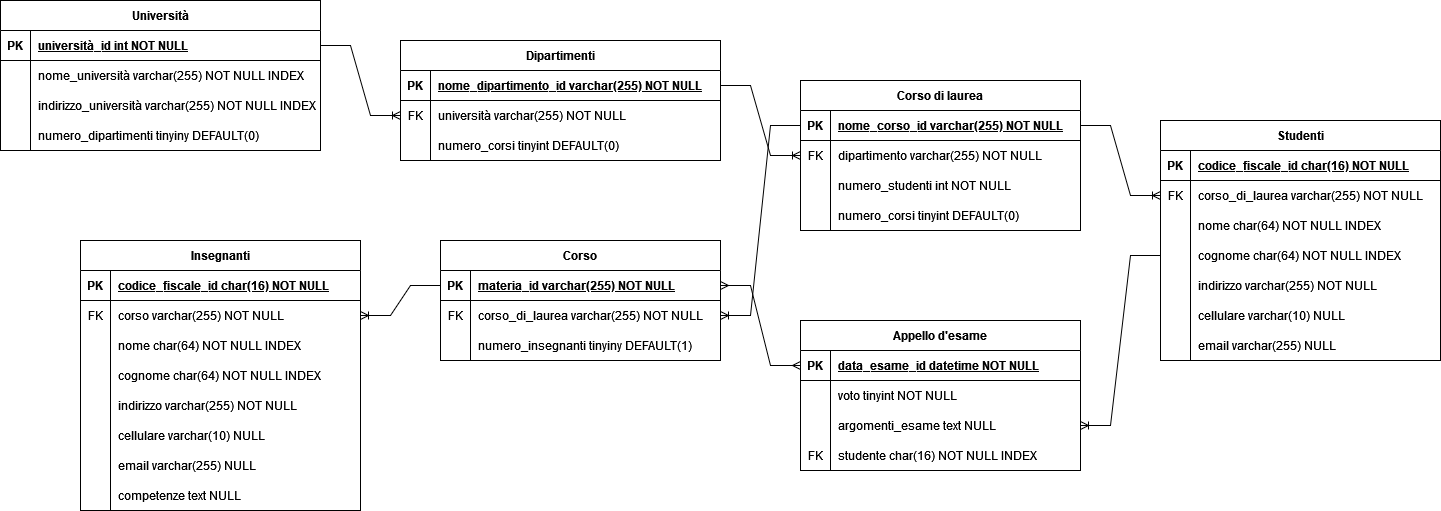
Above: db-university.drawio.png in IlGrandeLuca/db-university (draw.io), before the change. Source tidied: cells renumbered, new cells last; positions are measured from the earlier drawing's top-left corner, leaving out a move shared by most shapes.
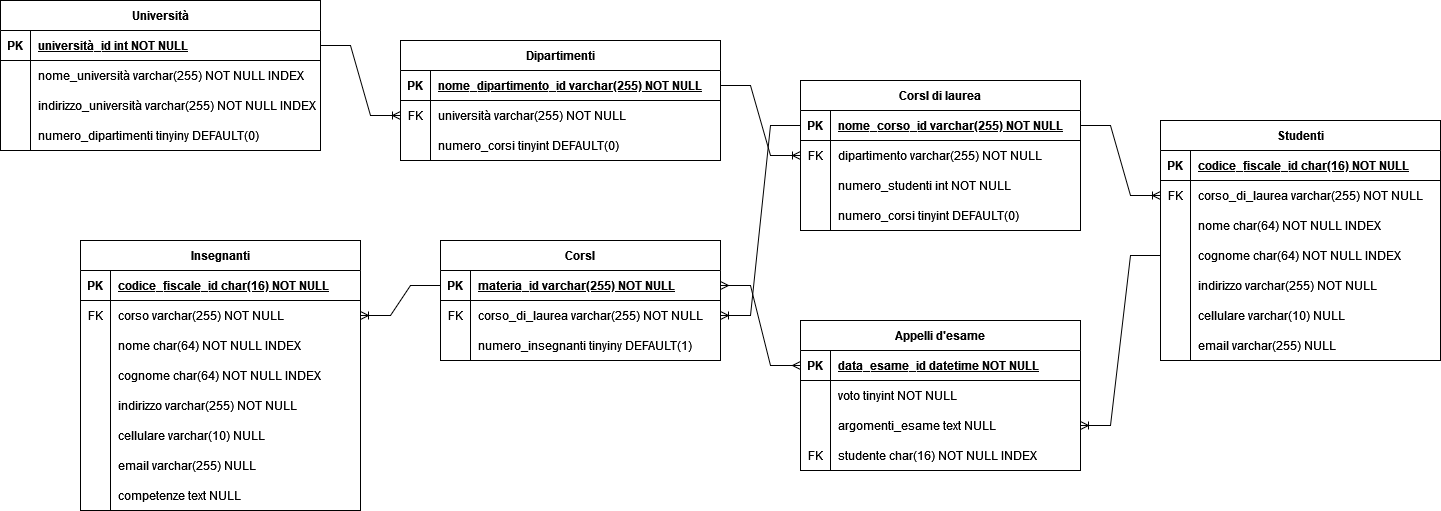
The same file after the commit.

What changed in the source:
```diff
@@ -32,7 +32,7 @@
     <mxCell id="11" value="numero_corsi tinyint DEFAULT(0)" style="shape=partialRectangle;overflow=hidden;fillColor=none;top=0;left=0;bottom=0;right=0;align=left;spacingLeft=6;" parent="9" vertex="1">
       <mxGeometry x="30" width="290" height="30" as="geometry" />
     </mxCell>
-    <mxCell id="12" value="Corso di laurea" style="shape=table;startSize=30;rowLines=0;fontStyle=1;align=center;" parent="1" vertex="1">
+    <mxCell id="12" value="CorsI di laurea" style="shape=table;startSize=30;rowLines=0;fontStyle=1;align=center;" parent="1" vertex="1">
       <mxGeometry x="800" y="80" width="280" height="150" as="geometry" />
     </mxCell>
     <mxCell id="13" style="shape=partialRectangle;fillColor=none;points=[[0,0.5],[1,0.5]];portConstraint=eastwest;top=0;left=0;right=0;bottom=1;" parent="12" vertex="1">
@@ -176,7 +176,7 @@
     <mxCell id="59" value="email varchar(255) NULL" style="shape=partialRectangle;fillColor=none;top=0;left=0;bottom=0;right=0;align=left;spacingLeft=6;overflow=hidden;" parent="57" vertex="1">
       <mxGeometry x="30" width="250" height="30" as="geometry" />
     </mxCell>
-    <mxCell id="60" value="Appello d'esame" style="shape=table;startSize=30;rowLines=0;fontStyle=1;align=center;" parent="1" vertex="1">
+    <mxCell id="60" value="Appelli d'esame" style="shape=table;startSize=30;rowLines=0;fontStyle=1;align=center;" parent="1" vertex="1">
       <mxGeometry x="800" y="320" width="280" height="150" as="geometry" />
     </mxCell>
     <mxCell id="61" style="shape=partialRectangle;fillColor=none;top=0;left=0;bottom=1;right=0;points=[[0,0.5],[1,0.5]];portConstraint=eastwest;" parent="60" vertex="1">
@@ -215,7 +215,7 @@
     <mxCell id="72" value="studente char(16) NOT NULL INDEX" style="shape=partialRectangle;fillColor=none;top=0;left=0;bottom=0;right=0;align=left;spacingLeft=6;fontStyle=0;overflow=hidden;" parent="70" vertex="1">
       <mxGeometry x="30" width="250" height="30" as="geometry" />
     </mxCell>
-    <mxCell id="73" value="Corso" style="shape=table;startSize=30;rowLines=0;fontStyle=1;align=center;" parent="1" vertex="1">
+    <mxCell id="73" value="CorsI" style="shape=table;startSize=30;rowLines=0;fontStyle=1;align=center;" parent="1" vertex="1">
       <mxGeometry x="440" y="240" width="280" height="120" as="geometry" />
     </mxCell>
     <mxCell id="74" style="shape=partialRectangle;fillColor=none;top=0;left=0;bottom=1;right=0;points=[[0,0.5],[1,0.5]];portConstraint=eastwest;" parent="73" vertex="1">
```
